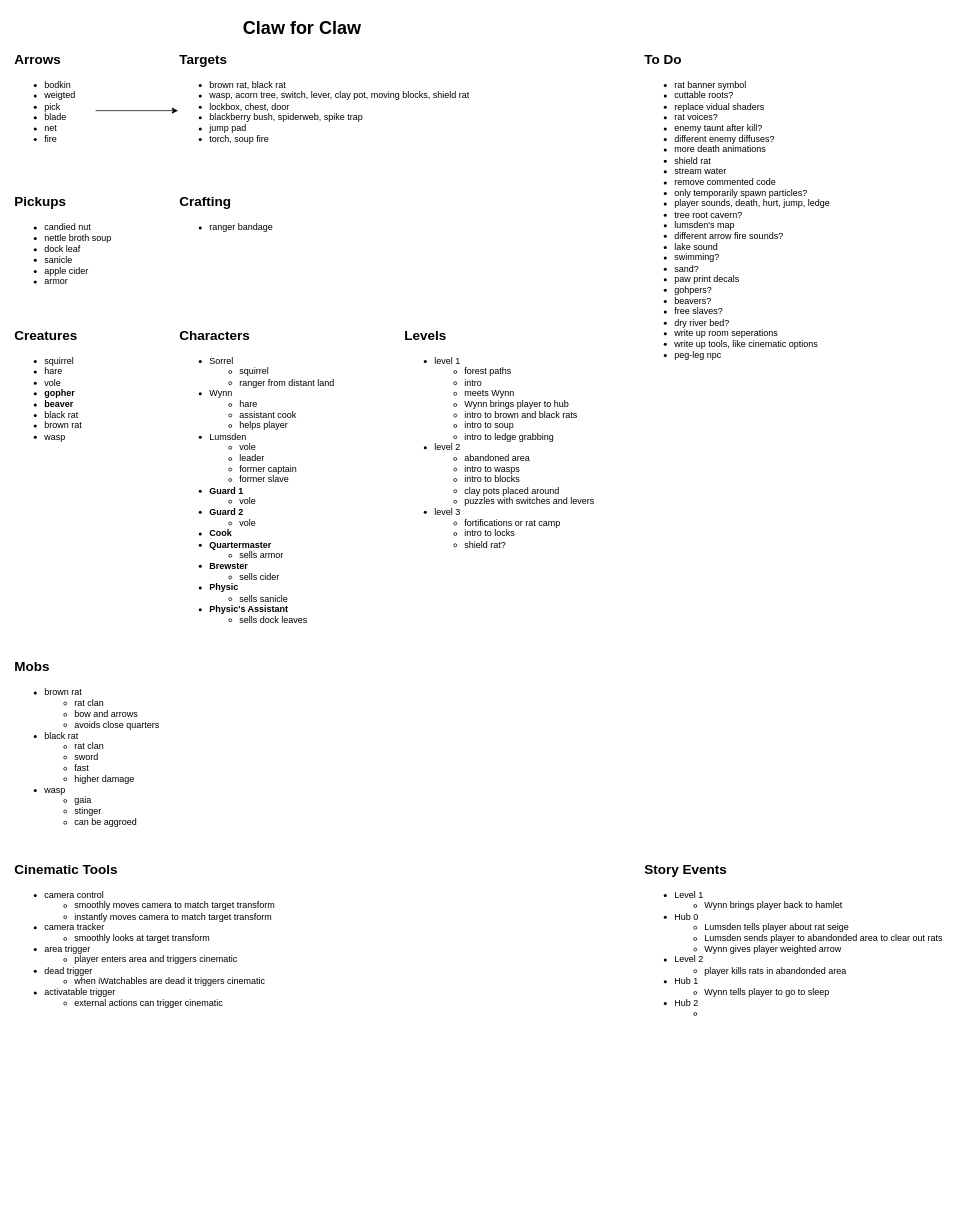
Earlier version of the draw.io diagram Planning/design-doc.drawio (camerondedore/Godot-Project-3). Source tidied: cells renumbered, new cells numbered last; positions are measured from the earlier drawing's top-left corner, leaving out a move shared by most shapes. Both pictures are drawn from the tidied source at 75%, with x=0, y=0 at pixel (13, 13).
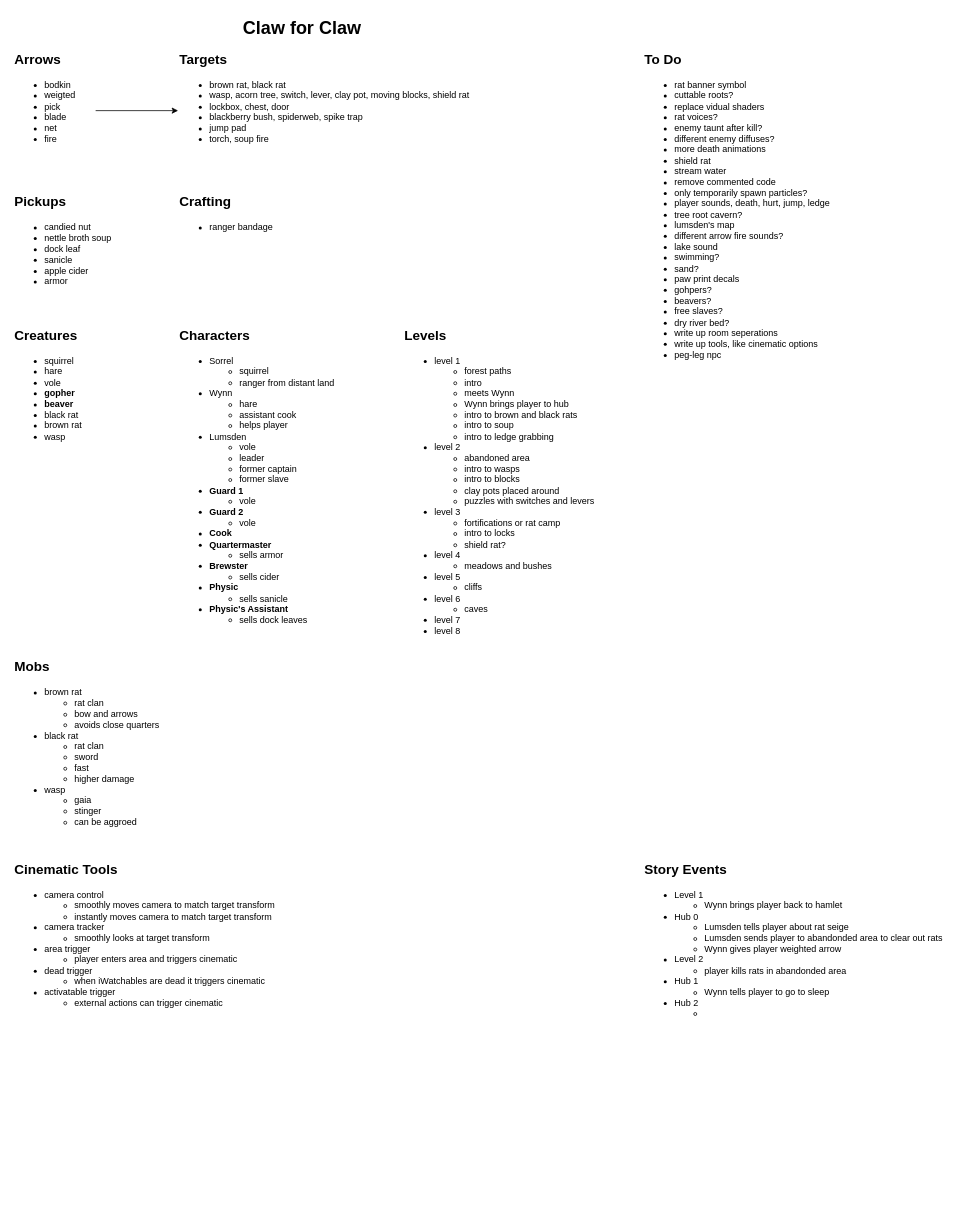
Above is the later version.

Commit message (it also covers changes not shown here):
adding damage area to lit torches

Change to the diagram source:
```diff
@@
-    <mxCell id="17" value="&lt;ul&gt;&lt;li&gt;level 1&lt;/li&gt;&lt;ul&gt;&lt;li&gt;forest paths&lt;/li&gt;&lt;li&gt;intro&lt;/li&gt;&lt;li&gt;meets Wynn&lt;/li&gt;&lt;li&gt;Wynn brings player to hub&lt;/li&gt;&lt;li&gt;intro to brown and black rats&lt;/li&gt;&lt;li&gt;intro to soup&lt;/li&gt;&lt;li&gt;intro to ledge grabbing&lt;/li&gt;&lt;/ul&gt;&lt;li&gt;level 2&lt;/li&gt;&lt;ul&gt;&lt;li&gt;abandoned area&lt;/li&gt;&lt;li&gt;intro to wasps&lt;/li&gt;&lt;li&gt;intro to blocks&lt;/li&gt;&lt;li&gt;clay pots placed around&lt;/li&gt;&lt;li&gt;puzzles with switches and levers&lt;/li&gt;&lt;/ul&gt;&lt;li&gt;level 3&lt;/li&gt;&lt;ul&gt;&lt;li&gt;fortifications or rat camp&lt;/li&gt;&lt;li&gt;intro to locks&lt;/li&gt;&lt;li&gt;&lt;span style=&quot;background-color: transparent; color: light-dark(rgb(0, 0, 0), rgb(255, 255, 255));&quot;&gt;shield rat?&lt;/span&gt;&lt;br&gt;&lt;/li&gt;&lt;/ul&gt;&lt;/ul&gt;" style="text;html=1;align=left;verticalAlign=top;whiteSpace=wrap;rounded=0;" parent="1" vertex="1">
+    <mxCell id="17" value="&lt;ul&gt;&lt;li&gt;level 1&lt;/li&gt;&lt;ul&gt;&lt;li&gt;forest paths&lt;/li&gt;&lt;li&gt;intro&lt;/li&gt;&lt;li&gt;meets Wynn&lt;/li&gt;&lt;li&gt;Wynn brings player to hub&lt;/li&gt;&lt;li&gt;intro to brown and black rats&lt;/li&gt;&lt;li&gt;intro to soup&lt;/li&gt;&lt;li&gt;intro to ledge grabbing&lt;/li&gt;&lt;/ul&gt;&lt;li&gt;level 2&lt;/li&gt;&lt;ul&gt;&lt;li&gt;abandoned area&lt;/li&gt;&lt;li&gt;intro to wasps&lt;/li&gt;&lt;li&gt;intro to blocks&lt;/li&gt;&lt;li&gt;clay pots placed around&lt;/li&gt;&lt;li&gt;puzzles with switches and levers&lt;/li&gt;&lt;/ul&gt;&lt;li&gt;level 3&lt;/li&gt;&lt;ul&gt;&lt;li&gt;fortifications or rat camp&lt;/li&gt;&lt;li&gt;intro to locks&lt;/li&gt;&lt;li&gt;&lt;span style=&quot;background-color: transparent; color: light-dark(rgb(0, 0, 0), rgb(255, 255, 255));&quot;&gt;shield rat?&lt;/span&gt;&lt;br&gt;&lt;/li&gt;&lt;/ul&gt;&lt;li&gt;level 4&lt;/li&gt;&lt;ul&gt;&lt;li&gt;meadows and bushes&lt;/li&gt;&lt;/ul&gt;&lt;li&gt;level 5&lt;/li&gt;&lt;ul&gt;&lt;li&gt;cliffs&lt;/li&gt;&lt;/ul&gt;&lt;li&gt;level 6&lt;/li&gt;&lt;ul&gt;&lt;li&gt;caves&lt;/li&gt;&lt;/ul&gt;&lt;li&gt;level 7&lt;/li&gt;&lt;li&gt;level 8&lt;/li&gt;&lt;/ul&gt;" style="text;html=1;align=left;verticalAlign=top;whiteSpace=wrap;rounded=0;" parent="1" vertex="1">
       <mxGeometry x="520" y="438" width="280" height="402" as="geometry" />
     </mxCell>
```
